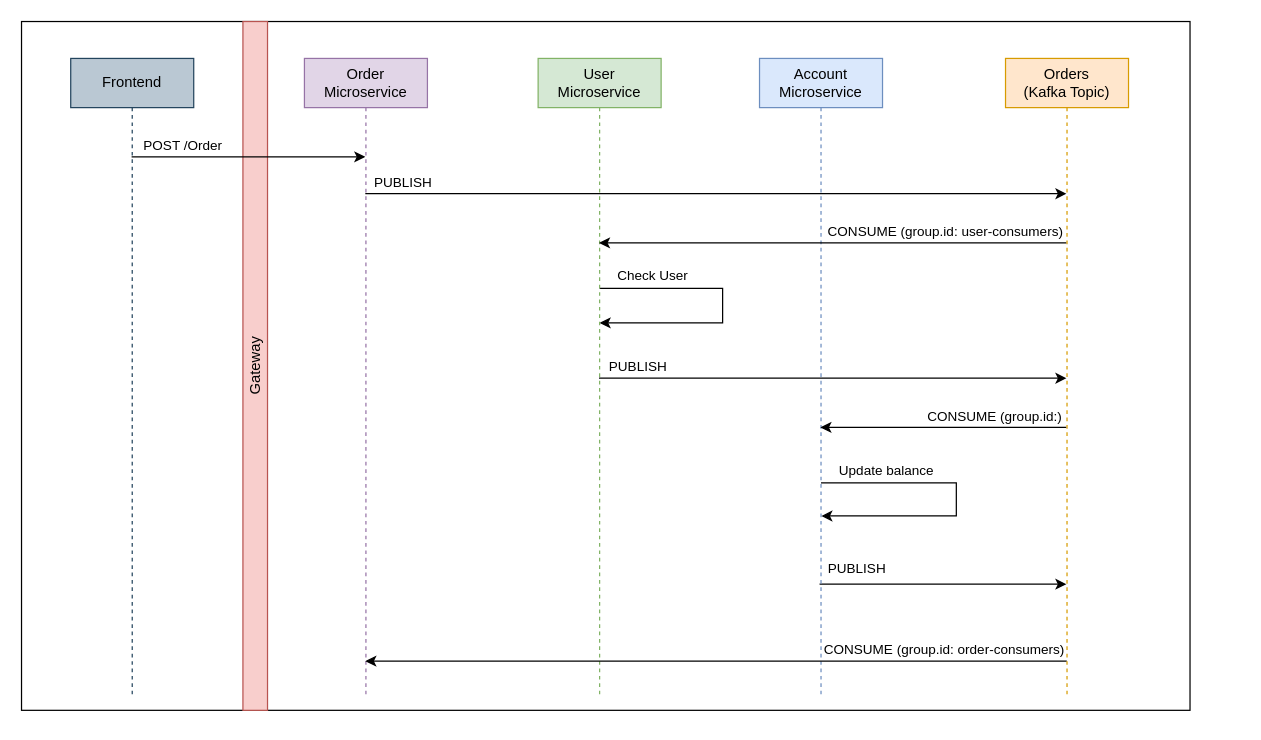
Above: page "Sequence" (2 of 2) of microservices.drawio in belluccifranco/spring-concepts-microservices (draw.io), before the change. Source tidied: cells renumbered, new cells numbered last; positions are measured from the earlier drawing's top-left corner, leaving out a move shared by most shapes. Both pictures are drawn from the tidied source at 123%, with x=0, y=0 at pixel (21, 21).
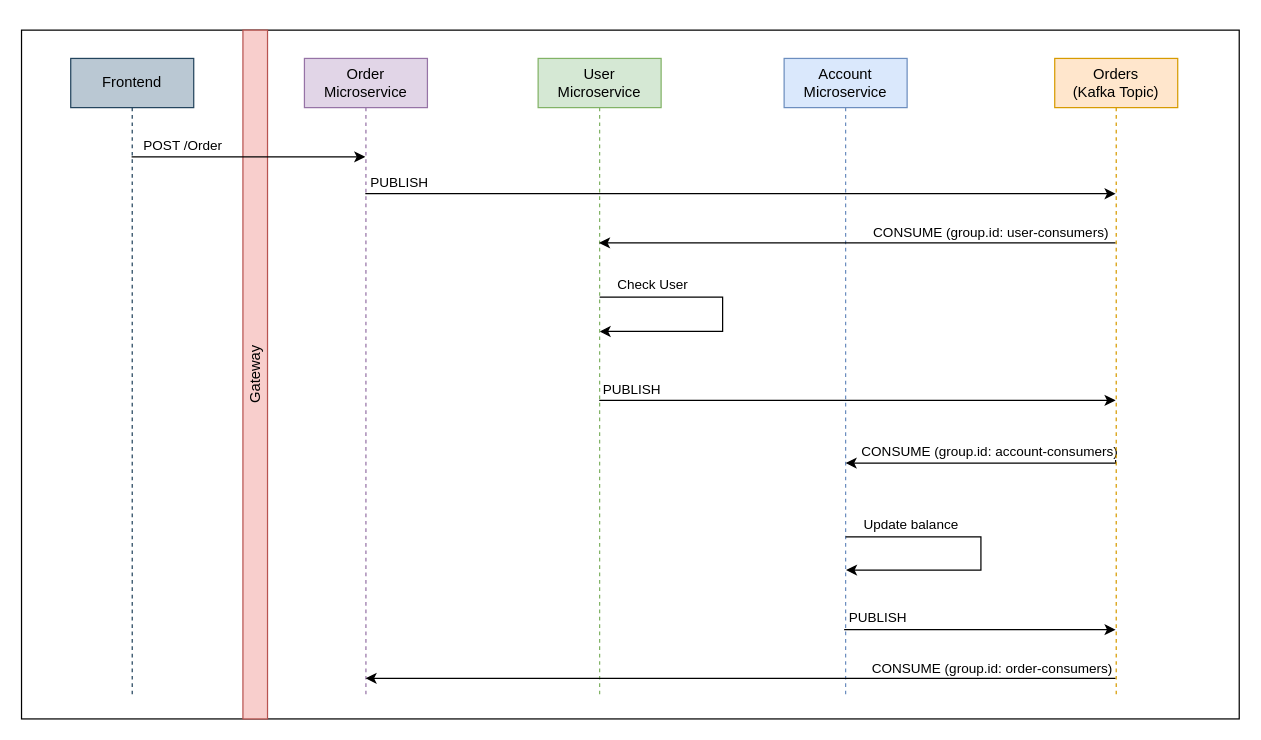
Above is the later version.

Unchanged cells that the change refers to:
```xml
<mxCell id="4" style="edgeStyle=orthogonalEdgeStyle;rounded=0;jettySize=auto;html=1;" parent="1" edge="1" source="6" target="21">
  <mxGeometry relative="1" as="geometry">
    <Array as="points">
      <mxPoint x="600" y="140" />
      <mxPoint x="600" y="140" />
    </Array>
  </mxGeometry>
</mxCell>
<mxCell id="6" value="Order Microservice" style="shape=umlLifeline;perimeter=lifelinePerimeter;whiteSpace=wrap;html=1;outlineConnect=0;fillColor=#e1d5e7;strokeColor=#9673a6;" parent="1" vertex="1">
  <mxGeometry x="230" y="30" width="100" height="520" as="geometry" />
</mxCell>
<mxCell id="11" value="User &lt;br&gt;Microservice" style="shape=umlLifeline;perimeter=lifelinePerimeter;whiteSpace=wrap;html=1;outlineConnect=0;fillColor=#d5e8d4;strokeColor=#82b366;" parent="1" vertex="1">
  <mxGeometry x="420" y="30" width="100" height="520" as="geometry" />
</mxCell>
<mxCell id="17" style="edgeStyle=orthogonalEdgeStyle;rounded=0;jettySize=auto;html=1;" parent="1" edge="1" source="21" target="11">
  <mxGeometry relative="1" as="geometry">
    <Array as="points">
      <mxPoint x="570" y="180" />
      <mxPoint x="570" y="180" />
    </Array>
  </mxGeometry>
</mxCell>
```

The edit, as a diff of the source:
```diff
@@
     <mxCell id="2" style="rounded=0;whiteSpace=wrap;html=1;" parent="1" vertex="1">
-      <mxGeometry width="950" height="560" as="geometry" />
+      <mxGeometry y="7" width="990" height="560" as="geometry" />
     </mxCell>
@@
     <mxCell id="5" value="PUBLISH" style="edgeLabel;html=1;align=center;verticalAlign=middle;" parent="4" vertex="1">
       <mxGeometry x="-0.06" y="-2" relative="1" as="geometry">
-        <mxPoint x="-238" y="-12" as="offset" />
+        <mxPoint x="-260" y="-12" as="offset" />
       </mxGeometry>
     </mxCell>
@@
     <mxCell id="7" style="edgeStyle=orthogonalEdgeStyle;rounded=0;orthogonalLoop=1;jettySize=auto;html=1;startArrow=classic;startFill=1;endArrow=none;endFill=0;" parent="1" edge="1">
       <mxGeometry relative="1" as="geometry">
-        <mxPoint x="470" y="245" as="sourcePoint" />
-        <mxPoint x="470" y="217" as="targetPoint" />
+        <mxPoint x="470" y="252" as="sourcePoint" />
+        <mxPoint x="470" y="224" as="targetPoint" />
         <Array as="points">
-          <mxPoint x="570" y="245" />
-          <mxPoint x="570" y="217" />
+          <mxPoint x="570" y="252" />
+          <mxPoint x="570" y="224" />
         </Array>
       </mxGeometry>
     </mxCell>
@@
-    <mxCell id="9" style="edgeStyle=orthogonalEdgeStyle;rounded=0;jettySize=auto;html=1;startArrow=none;startFill=0;endArrow=classic;endFill=1;" parent="1" edge="1" source="11" target="21">
-      <mxGeometry relative="1" as="geometry" />
+    <mxCell id="9" style="edgeStyle=orthogonalEdgeStyle;rounded=0;orthogonalLoop=1;jettySize=auto;html=1;startArrow=none;startFill=0;endArrow=classic;endFill=1;" parent="1" edge="1">
+      <mxGeometry relative="1" as="geometry">
+        <mxPoint x="469.7" y="308" as="sourcePoint" />
+        <mxPoint x="889.5" y="308" as="targetPoint" />
+      </mxGeometry>
     </mxCell>
     <mxCell id="10" value="PUBLISH" style="edgeLabel;html=1;align=center;verticalAlign=middle;" parent="9" vertex="1">
       <mxGeometry x="0.22" y="2" relative="1" as="geometry">
-        <mxPoint x="-201" y="-8" as="offset" />
+        <mxPoint x="-230" y="-8" as="offset" />
       </mxGeometry>
     </mxCell>
@@
-    <mxCell id="12" style="edgeStyle=orthogonalEdgeStyle;rounded=0;jettySize=auto;html=1;startArrow=none;startFill=0;endArrow=classic;endFill=1;exitX=0.488;exitY=0.822;exitDx=0;exitDy=0;exitPerimeter=0;" parent="1" edge="1" source="14" target="21">
+    <mxCell id="12" style="edgeStyle=orthogonalEdgeStyle;rounded=0;orthogonalLoop=1;jettySize=auto;html=1;startArrow=none;startFill=0;endArrow=classic;endFill=1;exitX=0.488;exitY=0.822;exitDx=0;exitDy=0;exitPerimeter=0;" parent="1" edge="1">
       <mxGeometry relative="1" as="geometry">
+        <mxPoint x="668.8" y="494.4" as="sourcePoint" />
+        <mxPoint x="889.5" y="494.4" as="targetPoint" />
         <Array as="points">
-          <mxPoint x="800" y="457" />
-          <mxPoint x="800" y="457" />
+          <mxPoint x="800" y="494" />
+          <mxPoint x="800" y="494" />
         </Array>
       </mxGeometry>
     </mxCell>
     <mxCell id="13" value="PUBLISH" style="edgeLabel;html=1;align=center;verticalAlign=middle;" parent="12" vertex="1">
       <mxGeometry x="0.19" y="3" relative="1" as="geometry">
-        <mxPoint x="-89" y="-10" as="offset" />
+        <mxPoint x="-104" y="-7" as="offset" />
       </mxGeometry>
     </mxCell>
     <mxCell id="14" value="Account Microservice" style="shape=umlLifeline;perimeter=lifelinePerimeter;whiteSpace=wrap;html=1;outlineConnect=0;fillColor=#dae8fc;strokeColor=#6c8ebf;" parent="1" vertex="1">
-      <mxGeometry x="600" y="30" width="100" height="520" as="geometry" />
+      <mxGeometry x="620" y="30" width="100" height="520" as="geometry" />
     </mxCell>
-    <mxCell id="15" style="edgeStyle=orthogonalEdgeStyle;rounded=0;jettySize=auto;html=1;" parent="14" edge="1" target="6">
-      <mxGeometry relative="1" as="geometry">
-        <mxPoint x="249.8" y="490" as="sourcePoint" />
-        <Array as="points">
-          <mxPoint x="-180" y="490" />
-          <mxPoint x="-180" y="490" />
-        </Array>
-      </mxGeometry>
-    </mxCell>
-    <mxCell id="16" value="CONSUME (group.id: order-consumers)" style="edgeLabel;html=1;align=center;verticalAlign=middle;" parent="15" vertex="1">
-      <mxGeometry x="-0.27" y="2" relative="1" as="geometry">
-        <mxPoint x="108" y="-12" as="offset" />
-      </mxGeometry>
-    </mxCell>
@@
     <mxCell id="18" value="CONSUME (group.id: user-consumers)" style="edgeLabel;html=1;align=center;verticalAlign=middle;" parent="17" vertex="1">
       <mxGeometry x="-0.27" y="2" relative="1" as="geometry">
-        <mxPoint x="40" y="-12" as="offset" />
+        <mxPoint x="51" y="-11" as="offset" />
       </mxGeometry>
     </mxCell>
-    <mxCell id="19" style="edgeStyle=orthogonalEdgeStyle;rounded=0;jettySize=auto;html=1;startArrow=none;startFill=0;endArrow=classic;endFill=1;" parent="1" edge="1" source="21" target="14">
+    <mxCell id="19" style="edgeStyle=orthogonalEdgeStyle;rounded=0;orthogonalLoop=1;jettySize=auto;html=1;startArrow=none;startFill=0;endArrow=classic;endFill=1;" parent="1" edge="1">
       <mxGeometry relative="1" as="geometry">
+        <mxPoint x="889.5" y="351" as="sourcePoint" />
+        <mxPoint x="670" y="359" as="targetPoint" />
         <Array as="points">
-          <mxPoint x="720" y="330" />
-          <mxPoint x="720" y="330" />
+          <mxPoint x="890" y="359" />
+          <mxPoint x="670" y="359" />
         </Array>
       </mxGeometry>
     </mxCell>
-    <mxCell id="20" value="CONSUME (group.id:)" style="edgeLabel;html=1;align=center;verticalAlign=middle;" parent="19" vertex="1">
+    <mxCell id="20" value="CONSUME (group.id: account-consumers)" style="edgeLabel;html=1;align=center;verticalAlign=middle;" parent="19" vertex="1">
       <mxGeometry x="-0.21" y="-1" relative="1" as="geometry">
-        <mxPoint x="20" y="-9" as="offset" />
+        <mxPoint x="-21" y="-9" as="offset" />
       </mxGeometry>
     </mxCell>
+    <mxCell id="27" style="edgeStyle=orthogonalEdgeStyle;rounded=0;orthogonalLoop=1;jettySize=auto;html=1;" parent="1" edge="1">
+      <mxGeometry relative="1" as="geometry">
+        <mxPoint x="889.5" y="534" as="sourcePoint" />
+        <mxPoint x="279.7" y="534" as="targetPoint" />
+      </mxGeometry>
+    </mxCell>
     <mxCell id="21" value="Orders&lt;br&gt;(Kafka Topic)" style="shape=umlLifeline;perimeter=lifelinePerimeter;whiteSpace=wrap;html=1;outlineConnect=0;fillColor=#ffe6cc;strokeColor=#d79b00;" parent="1" vertex="1">
-      <mxGeometry x="800" y="30" width="100" height="520" as="geometry" />
+      <mxGeometry x="840" y="30" width="100" height="520" as="geometry" />
     </mxCell>
     <mxCell id="22" value="Gateway" style="rounded=0;whiteSpace=wrap;html=1;horizontal=0;fillColor=#f8cecc;strokeColor=#b85450;" parent="1" vertex="1">
-      <mxGeometry x="180" width="20" height="560" as="geometry" />
+      <mxGeometry x="180" y="7" width="20" height="560" as="geometry" />
     </mxCell>
@@
     <mxCell id="25" style="edgeStyle=orthogonalEdgeStyle;rounded=0;orthogonalLoop=1;jettySize=auto;html=1;startArrow=none;startFill=0;endArrow=classic;endFill=1;" parent="1" edge="1">
       <mxGeometry relative="1" as="geometry">
-        <mxPoint x="650" y="375" as="sourcePoint" />
-        <mxPoint x="650.3" y="402" as="targetPoint" />
+        <mxPoint x="670" y="419" as="sourcePoint" />
+        <mxPoint x="670.3" y="446" as="targetPoint" />
         <Array as="points">
-          <mxPoint x="760" y="375" />
-          <mxPoint x="760" y="402" />
+          <mxPoint x="780" y="419" />
+          <mxPoint x="780" y="446" />
         </Array>
       </mxGeometry>
     </mxCell>
@@
+    <mxCell id="16" value="CONSUME (group.id: order-consumers)" style="edgeLabel;html=1;align=center;verticalAlign=middle;" parent="1" vertex="1">
+      <mxGeometry x="788" y="525" as="geometry" />
+    </mxCell>
```
